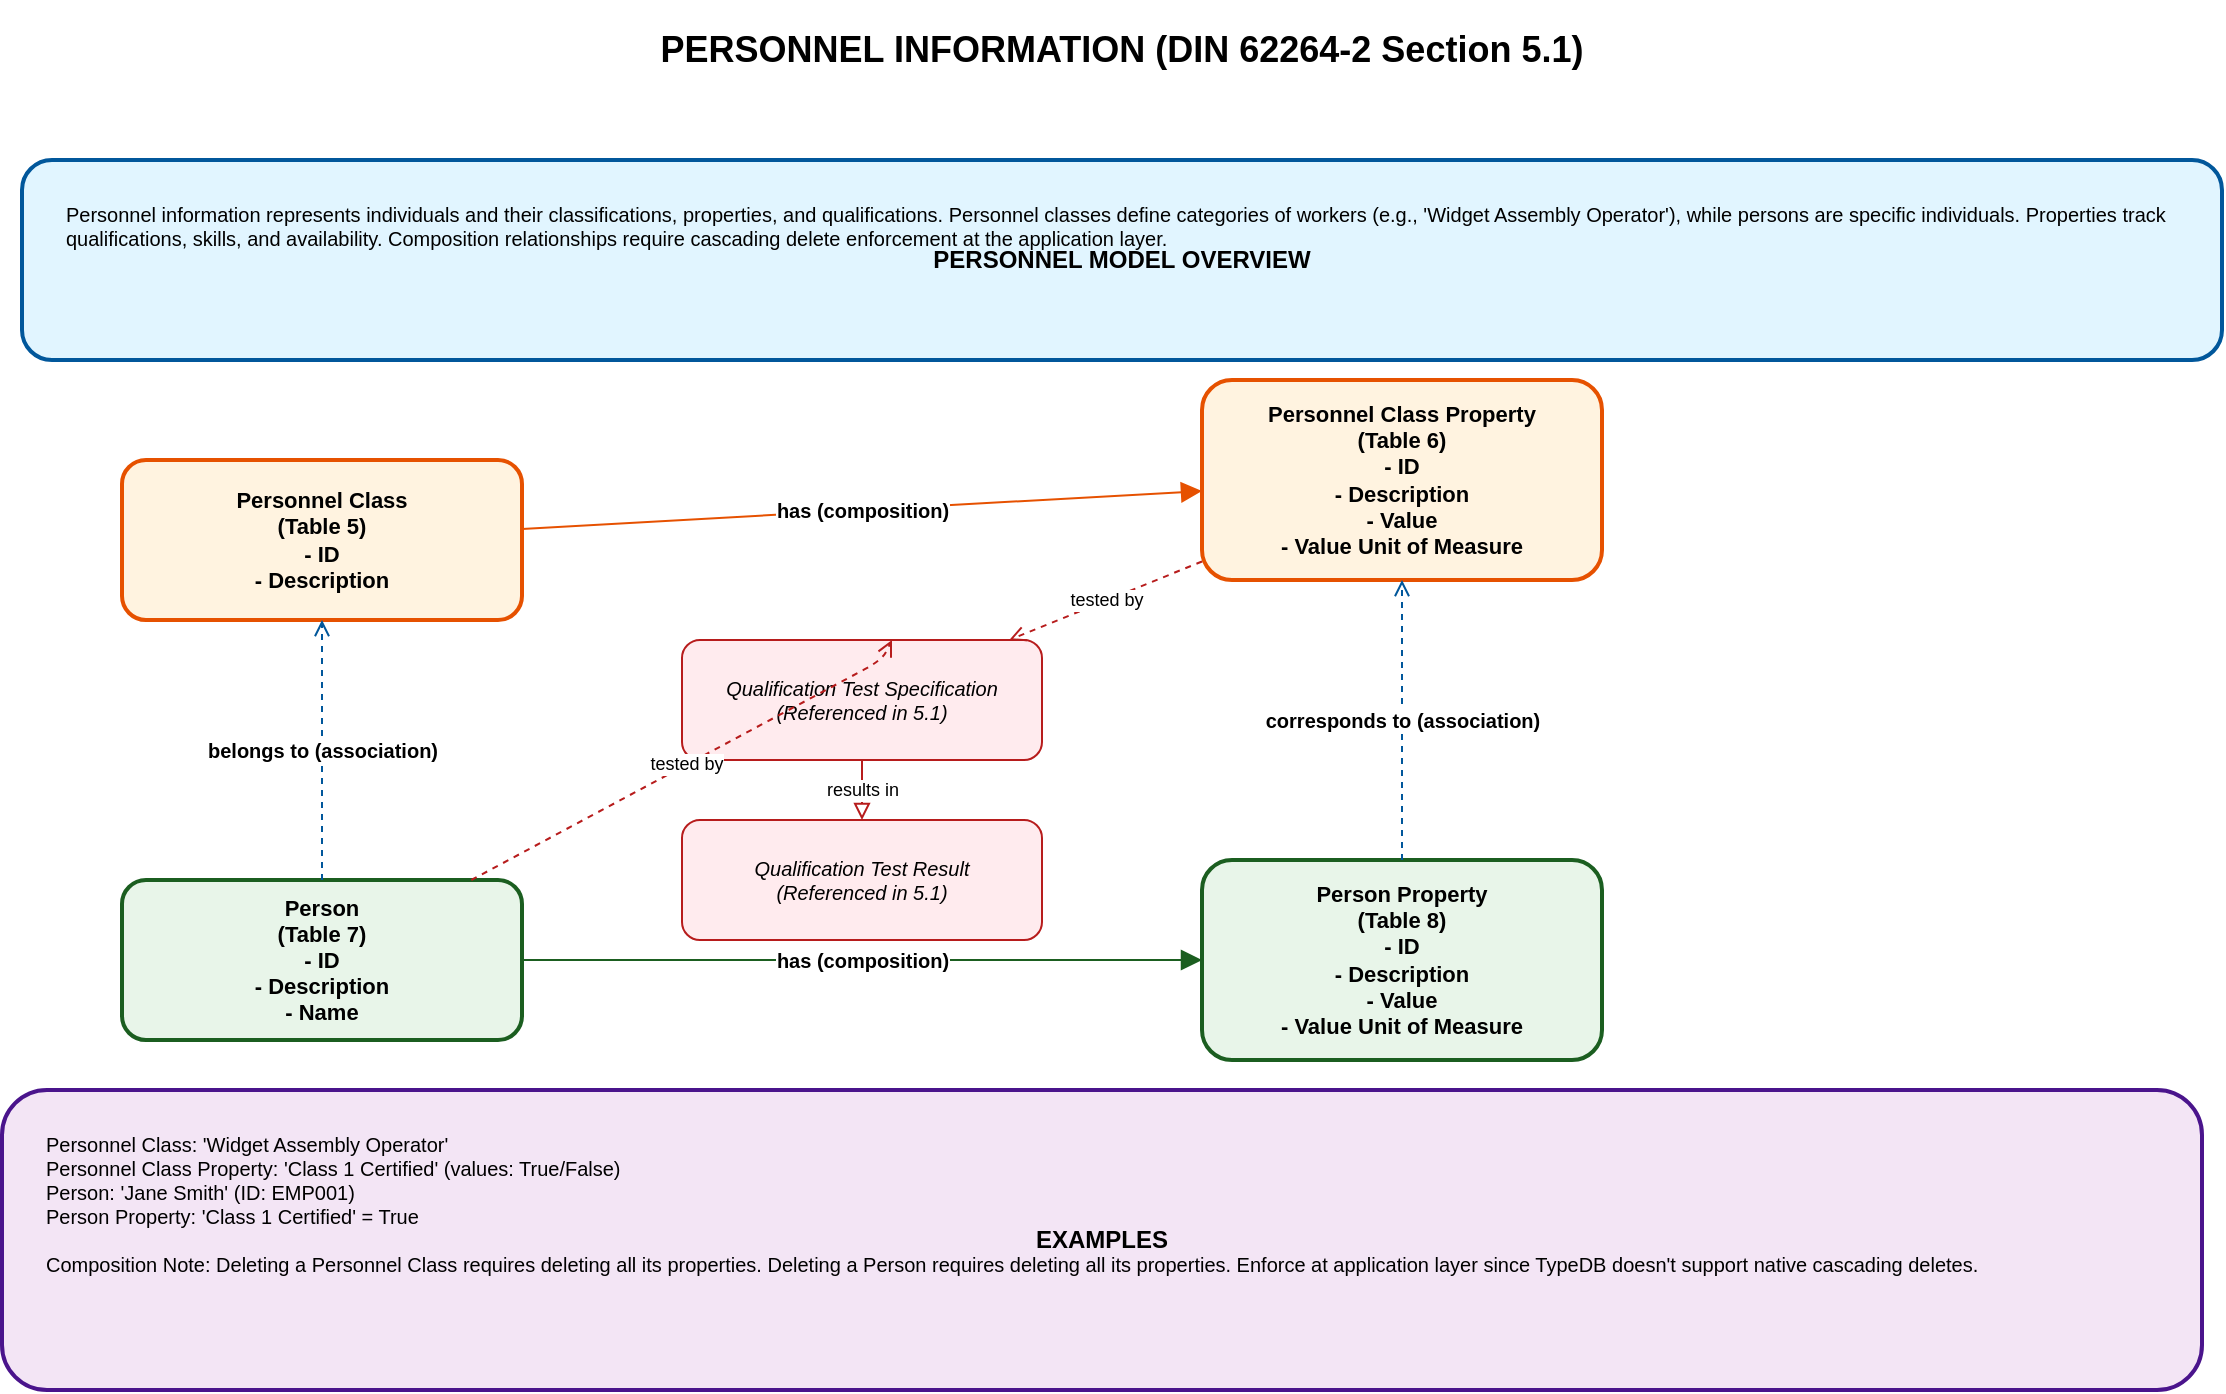
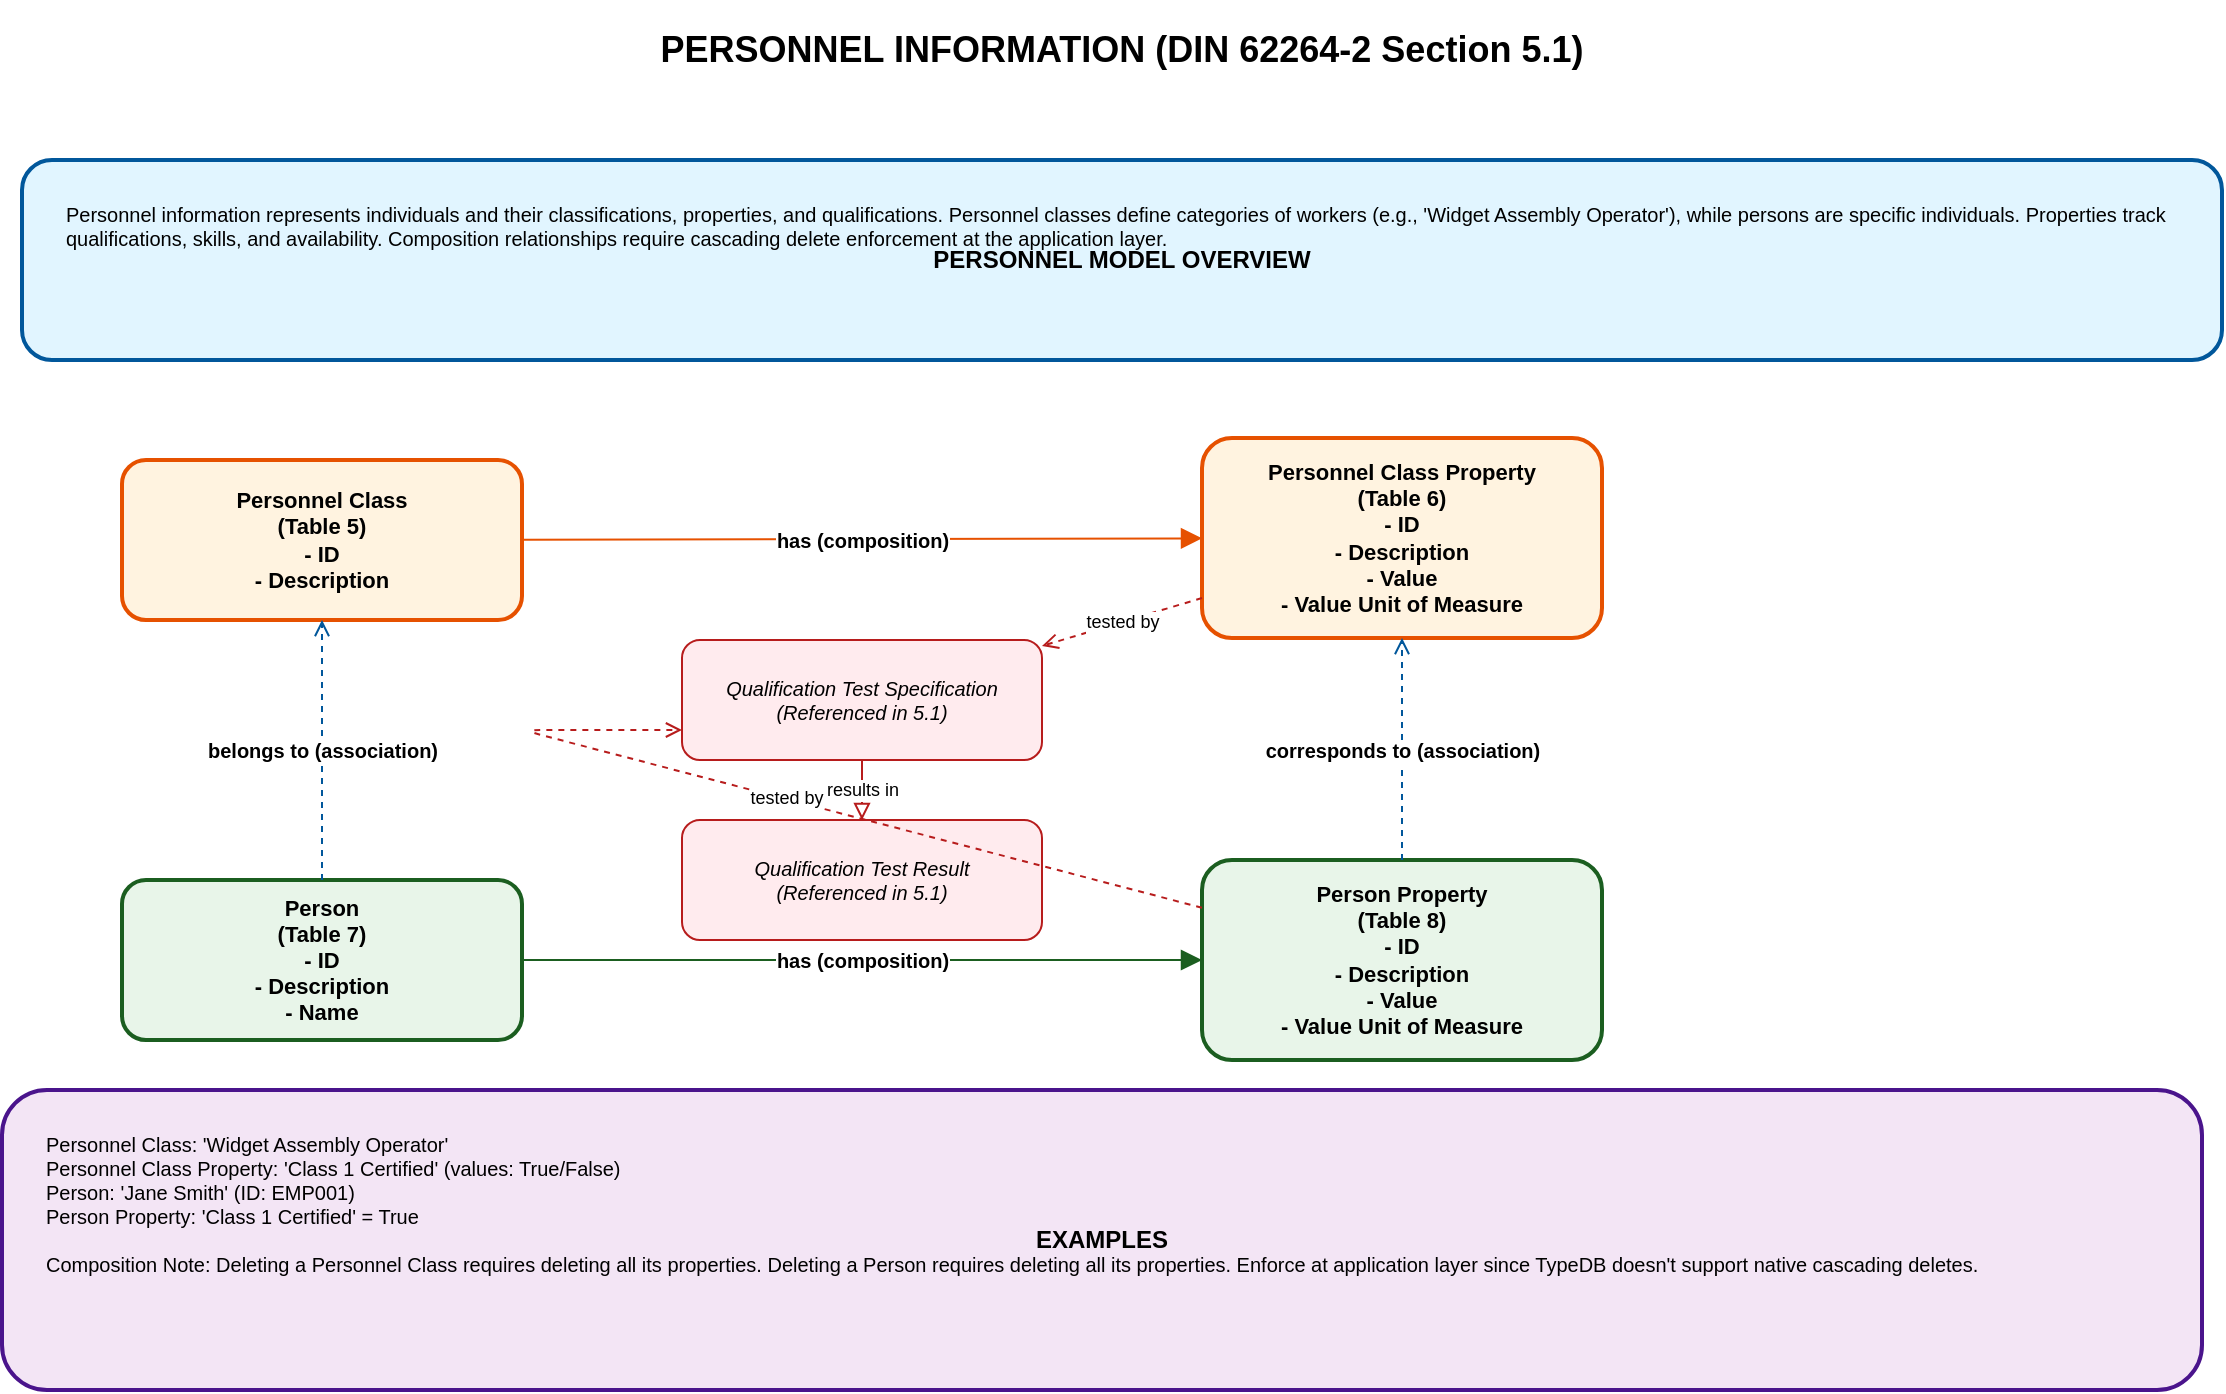
<mxfile host="65bd71144e">
    <diagram id="personnel_information" name="Personnel Information">
        <mxGraphModel dx="880" dy="396" grid="1" gridSize="10" guides="1" tooltips="1" connect="1" arrows="1" fold="1" page="1" pageScale="1" pageWidth="1200" pageHeight="1600" background="#ffffff" math="0" shadow="0">
            <root>
                <mxCell id="0"/>
                <mxCell id="1" parent="0"/>
                <mxCell id="title" value="PERSONNEL INFORMATION (DIN 62264-2 Section 5.1)" style="text;html=1;align=center;verticalAlign=middle;whiteSpace=wrap;rounded=0;fontSize=18;fontStyle=1;fillColor=none;strokeColor=none;" parent="1" vertex="1">
                    <mxGeometry x="50" y="20" width="1100" height="50" as="geometry"/>
                </mxCell>
                <mxCell id="definition_box" value="PERSONNEL MODEL OVERVIEW" style="rounded=1;whiteSpace=wrap;html=1;fillColor=#e1f5ff;strokeColor=#01579b;strokeWidth=2;fontSize=12;fontStyle=1;" parent="1" vertex="1">
                    <mxGeometry x="50" y="100" width="1100" height="100" as="geometry"/>
                </mxCell>
                <mxCell id="definition_text" value="Personnel information represents individuals and their classifications, properties, and qualifications. Personnel classes define categories of workers (e.g., &#39;Widget Assembly Operator&#39;), while persons are specific individuals. Properties track qualifications, skills, and availability. Composition relationships require cascading delete enforcement at the application layer." style="text;html=1;align=left;verticalAlign=top;whiteSpace=wrap;rounded=0;fontSize=10;fillColor=none;strokeColor=none;" parent="1" vertex="1">
                    <mxGeometry x="70" y="115" width="1060" height="80" as="geometry"/>
                </mxCell>
                <mxCell id="personnel_class" value="Personnel Class&#xa;(Table 5)&#xa;- ID&#xa;- Description" style="rounded=1;whiteSpace=wrap;html=1;fillColor=#fff3e0;strokeColor=#e65100;strokeWidth=2;fontSize=11;fontStyle=1;" parent="1" vertex="1">
                    <mxGeometry x="100" y="250" width="200" height="80" as="geometry"/>
                </mxCell>
                <mxCell id="personnel_class_prop" value="Personnel Class Property&#xa;(Table 6)&#xa;- ID&#xa;- Description&#xa;- Value&#xa;- Value Unit of Measure" style="rounded=1;whiteSpace=wrap;html=1;fillColor=#fff3e0;strokeColor=#e65100;strokeWidth=2;fontSize=11;fontStyle=1;" parent="1" vertex="1">
-                     <mxGeometry x="640" y="210" width="200" height="100" as="geometry"/>
+                     <mxGeometry x="640" y="239" width="200" height="100" as="geometry"/>
                </mxCell>
                <mxCell id="comp_arrow1" value="has (composition)" style="endArrow=block;html=1;fontSize=10;fontStyle=1;endFill=1;endSize=8;strokeColor=#e65100;" parent="1" source="personnel_class" target="personnel_class_prop" edge="1">
                    <mxGeometry width="50" height="50" relative="1" as="geometry">
                        <mxPoint x="300" y="290" as="sourcePoint"/>
                        <mxPoint x="350" y="290" as="targetPoint"/>
                    </mxGeometry>
                </mxCell>
                <mxCell id="person" value="Person&#xa;(Table 7)&#xa;- ID&#xa;- Description&#xa;- Name" style="rounded=1;whiteSpace=wrap;html=1;fillColor=#e8f5e9;strokeColor=#1b5e20;strokeWidth=2;fontSize=11;fontStyle=1;" parent="1" vertex="1">
                    <mxGeometry x="100" y="460" width="200" height="80" as="geometry"/>
                </mxCell>
                <mxCell id="person_prop" value="Person Property&#xa;(Table 8)&#xa;- ID&#xa;- Description&#xa;- Value&#xa;- Value Unit of Measure" style="rounded=1;whiteSpace=wrap;html=1;fillColor=#e8f5e9;strokeColor=#1b5e20;strokeWidth=2;fontSize=11;fontStyle=1;" parent="1" vertex="1">
                    <mxGeometry x="640" y="450" width="200" height="100" as="geometry"/>
                </mxCell>
                <mxCell id="comp_arrow2" value="has (composition)" style="endArrow=block;html=1;fontSize=10;fontStyle=1;endFill=1;endSize=8;strokeColor=#1b5e20;" parent="1" source="person" target="person_prop" edge="1">
                    <mxGeometry width="50" height="50" relative="1" as="geometry">
                        <mxPoint x="300" y="440" as="sourcePoint"/>
                        <mxPoint x="350" y="440" as="targetPoint"/>
                    </mxGeometry>
                </mxCell>
                <mxCell id="assoc_arrow1" value="belongs to (association)" style="endArrow=open;html=1;fontSize=10;fontStyle=1;dashed=1;strokeColor=#01579b;" parent="1" source="person" target="personnel_class" edge="1">
                    <mxGeometry width="50" height="50" relative="1" as="geometry">
                        <mxPoint x="200" y="400" as="sourcePoint"/>
                        <mxPoint x="200" y="330" as="targetPoint"/>
                    </mxGeometry>
                </mxCell>
                <mxCell id="assoc_arrow2" value="corresponds to (association)" style="endArrow=open;html=1;fontSize=10;fontStyle=1;dashed=1;strokeColor=#01579b;" parent="1" source="person_prop" target="personnel_class_prop" edge="1">
                    <mxGeometry width="50" height="50" relative="1" as="geometry">
                        <mxPoint x="450" y="400" as="sourcePoint"/>
                        <mxPoint x="450" y="350" as="targetPoint"/>
                    </mxGeometry>
                </mxCell>
                <mxCell id="examples_box" value="EXAMPLES" style="rounded=1;whiteSpace=wrap;html=1;fillColor=#f3e5f5;strokeColor=#4a148c;strokeWidth=2;fontSize=12;fontStyle=1;" parent="1" vertex="1">
                    <mxGeometry x="40" y="565" width="1100" height="150" as="geometry"/>
                </mxCell>
                <mxCell id="examples_text" value="Personnel Class: &#39;Widget Assembly Operator&#39;&#xa;Personnel Class Property: &#39;Class 1 Certified&#39; (values: True/False)&#xa;Person: &#39;Jane Smith&#39; (ID: EMP001)&#xa;Person Property: &#39;Class 1 Certified&#39; = True&#xa;&#xa;Composition Note: Deleting a Personnel Class requires deleting all its properties. Deleting a Person requires deleting all its properties. Enforce at application layer since TypeDB doesn&#39;t support native cascading deletes." style="text;html=1;align=left;verticalAlign=top;whiteSpace=wrap;rounded=0;fontSize=10;fillColor=none;strokeColor=none;" parent="1" vertex="1">
                    <mxGeometry x="60" y="580" width="1060" height="120" as="geometry"/>
                </mxCell>
                <mxCell id="qual_test_spec" value="Qualification Test Specification&#xa;(Referenced in 5.1)" style="rounded=1;whiteSpace=wrap;html=1;fillColor=#ffebee;strokeColor=#b71c1c;strokeWidth=1;fontSize=10;fontStyle=2;" parent="1" vertex="1">
                    <mxGeometry x="380" y="340" width="180" height="60" as="geometry"/>
                </mxCell>
                <mxCell id="qual_test_result" value="Qualification Test Result&#xa;(Referenced in 5.1)" style="rounded=1;whiteSpace=wrap;html=1;fillColor=#ffebee;strokeColor=#b71c1c;strokeWidth=1;fontSize=10;fontStyle=2;" parent="1" vertex="1">
                    <mxGeometry x="380" y="430" width="180" height="60" as="geometry"/>
                </mxCell>
                <mxCell id="qual_arrow1" value="tested by" style="endArrow=open;html=1;fontSize=9;dashed=1;strokeColor=#b71c1c;" parent="1" source="personnel_class_prop" target="qual_test_spec" edge="1">
                    <mxGeometry width="50" height="50" relative="1" as="geometry">
                        <mxPoint x="550" y="280" as="sourcePoint"/>
                        <mxPoint x="650" y="280" as="targetPoint"/>
                    </mxGeometry>
                </mxCell>
-                 <mxCell id="qual_arrow2" value="tested by" style="endArrow=open;html=1;fontSize=9;dashed=1;strokeColor=#b71c1c;" parent="1" source="person" target="qual_test_spec" edge="1">
+                 <mxCell id="qual_arrow2" value="tested by" style="endArrow=open;html=1;fontSize=9;dashed=1;strokeColor=#b71c1c;entryX=0;entryY=0.75;entryDx=0;entryDy=0;" parent="1" source="person_prop" target="qual_test_spec" edge="1">
                    <mxGeometry width="50" height="50" relative="1" as="geometry">
                        <mxPoint x="300" y="420" as="sourcePoint"/>
                        <mxPoint x="650" y="420" as="targetPoint"/>
                        <Array as="points">
-                             <mxPoint x="480" y="350"/>
+                             <mxPoint x="300" y="385"/>
                        </Array>
                    </mxGeometry>
                </mxCell>
                <mxCell id="qual_arrow3" value="results in" style="endArrow=block;html=1;fontSize=9;endFill=0;strokeColor=#b71c1c;" parent="1" source="qual_test_spec" target="qual_test_result" edge="1">
                    <mxGeometry width="50" height="50" relative="1" as="geometry">
                        <mxPoint x="740" y="310" as="sourcePoint"/>
                        <mxPoint x="740" y="330" as="targetPoint"/>
                    </mxGeometry>
                </mxCell>
            </root>
        </mxGraphModel>
    </diagram>
</mxfile>